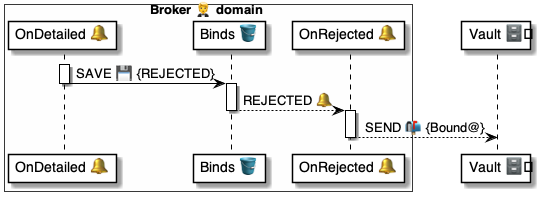
pollyweb-org/pollyweb-docs keeps this PlantUML diagram as 4 ⚙️ Solution/20 🧑‍🦰 UI/Brokers 🤵/🤵🪣 Broker tables/Binds 🔗 table/🪣🔔 on Rejected/🤵 OnBindRejected ⚙️ uml.png. Above is the earlier version. Its source is kept beside it as 4 ⚙️ Solution/20 🧑‍🦰 UI/Brokers 🤵/🤵🪣 Broker tables/Binds 🔗 table/🪣🔔 on Rejected/🤵 OnBindRejected ⚙️ uml.puml. Its diagram source:
```plantuml
@startuml OnBindRejected


box Broker 🤵 domain #FFFFFA
    participant "OnDetailed 🔔" as script
    participant "Binds 🪣" as binds
    participant "OnRejected 🔔" as handler
end box

participant "Vault 🗄️" as vault

activate script
    script -> binds: SAVE 💾 {REJECTED}
deactivate script

activate binds
    binds --> handler: REJECTED 🔔
deactivate binds

activate handler
    handler --> vault: SEND 📬 {Bound@}
deactivate handler


@enduml
```
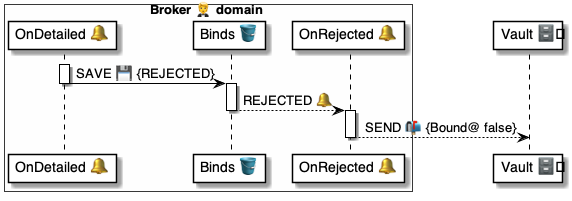
After the commit.

What changed in the source:
```diff
@@ -18,7 +18,7 @@
 deactivate binds
 
 activate handler
-    handler --> vault: SEND 📬 {Bound@}
+    handler --> vault: SEND 📬 {Bound@ false}
 deactivate handler
 
 
```
